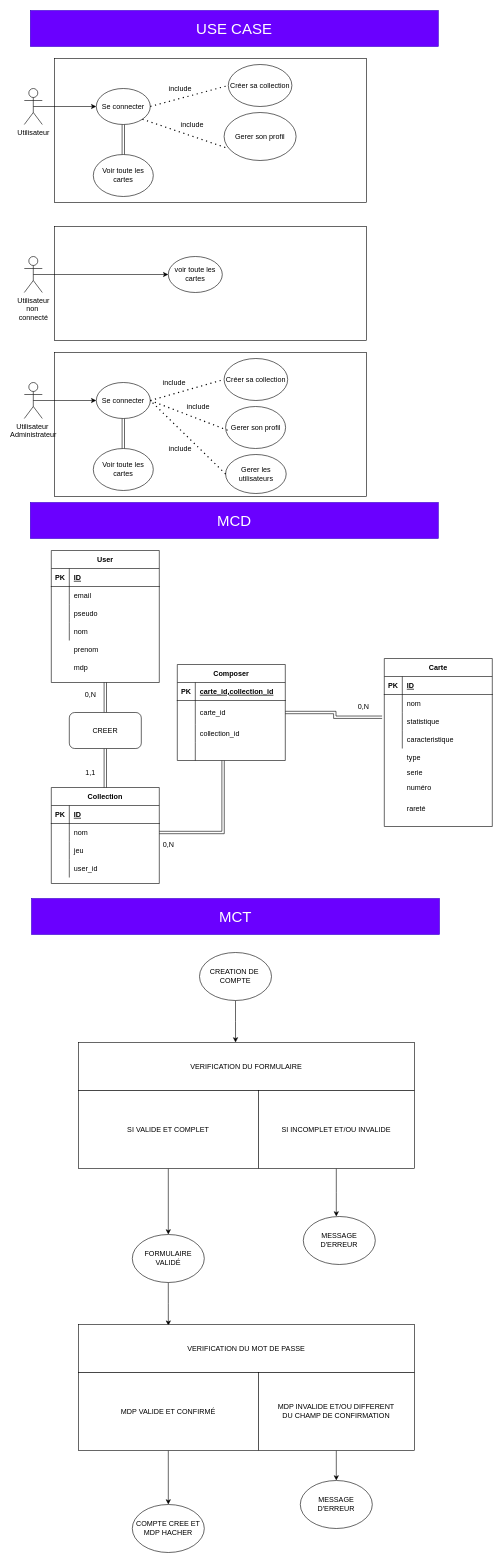
Before: concemption.drawio in GodofBaguette/CardStorm, a draw.io diagram. Source tidied: cells renumbered, new cells numbered last; positions are measured from the earlier drawing's top-left corner, leaving out a move shared by most shapes. Both pictures are drawn from the tidied source at 60%, with x=0, y=0 at pixel (24, 10).
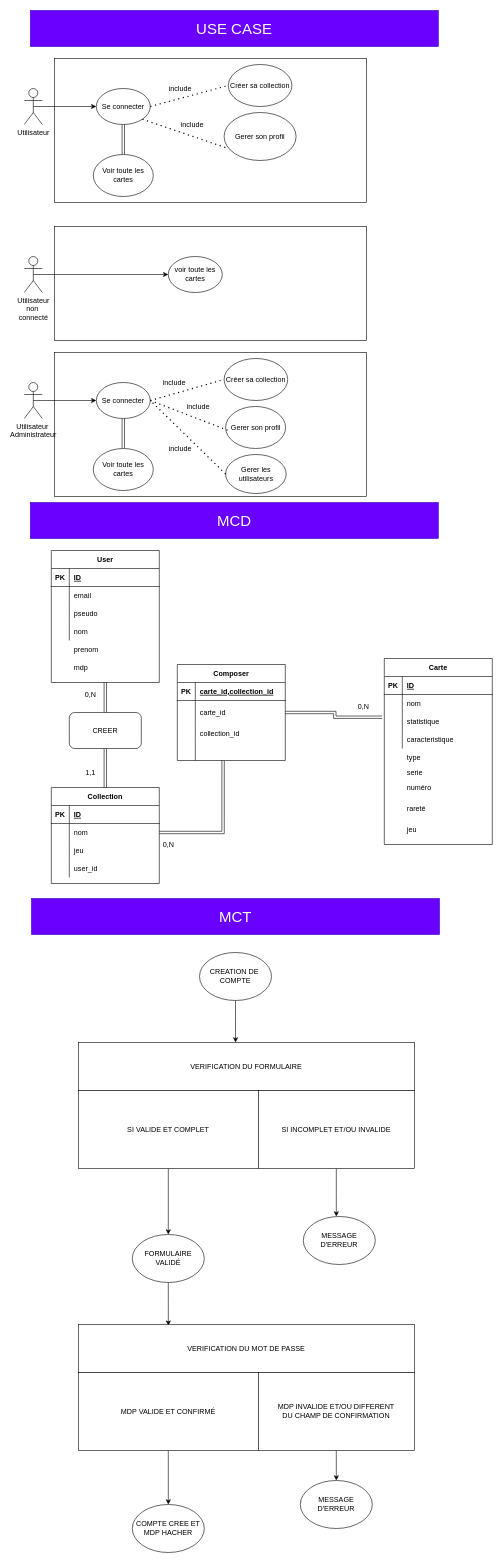
After the change.

The edit, as a diff of the source:
```diff
@@
     <mxCell id="24" value="Carte" style="shape=table;startSize=30;childLayout=tableLayout;rowLines=0;fontStyle=1;align=center;" parent="1" vertex="1">
-      <mxGeometry x="600" y="1080" width="180" height="280" as="geometry" />
+      <mxGeometry x="600" y="1080" width="180" height="310" as="geometry" />
     </mxCell>
@@
+    <mxCell id="120" value="jeu" style="shape=partialRectangle;fillColor=none;top=0;left=0;bottom=0;right=0;align=left;spacingLeft=6;overflow=hidden;" parent="1" vertex="1">
+      <mxGeometry x="630" y="1350" width="150" height="30" as="geometry" />
+    </mxCell>
```
